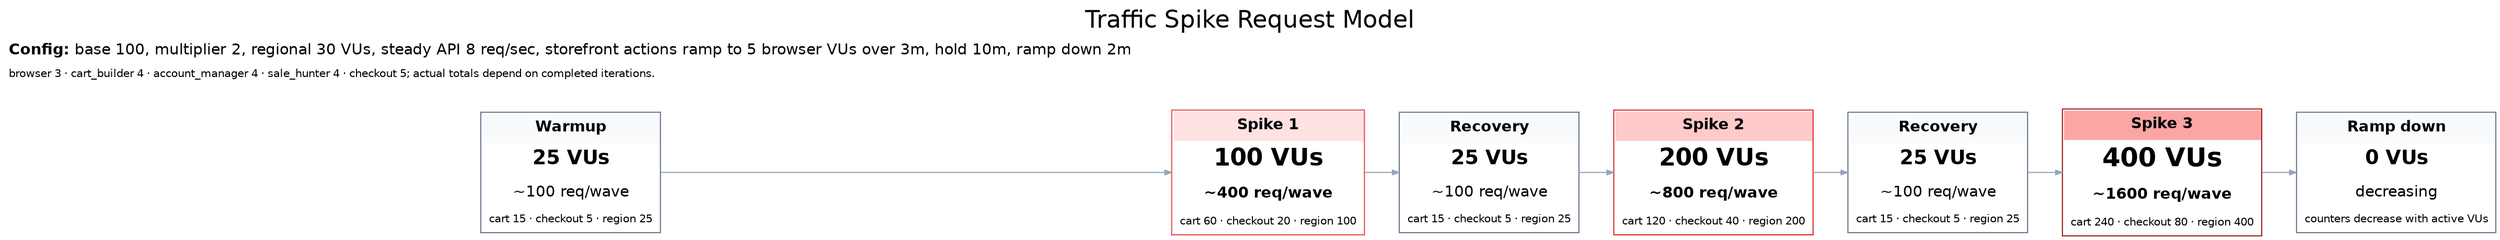
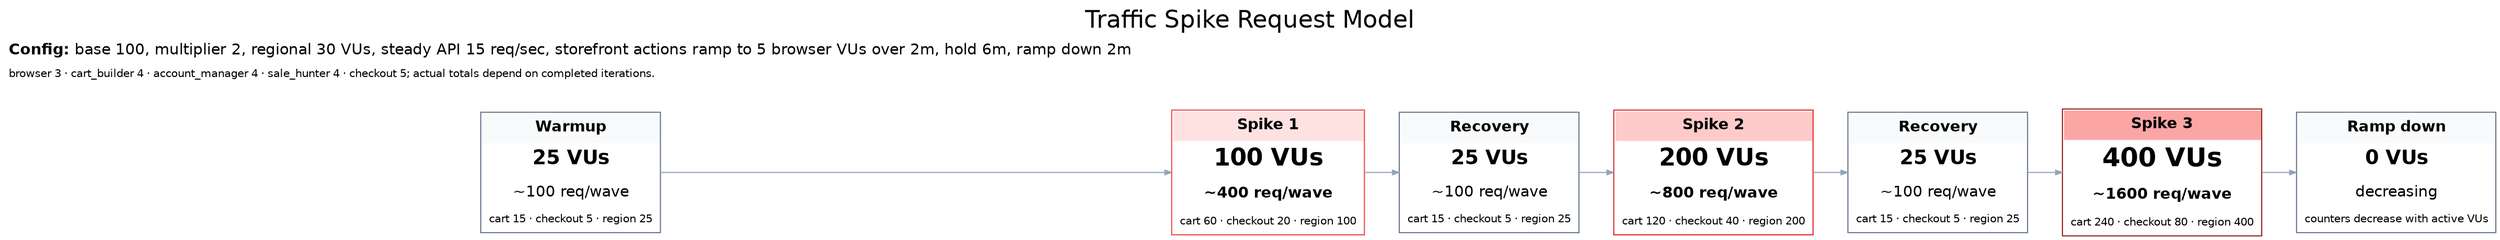
digraph traffic_spike_request_cards {
  graph [rankdir=LR, labelloc=t, label="Traffic Spike Request Model", fontsize=22, fontname="Helvetica", nodesep=0.35, ranksep=0.45, splines=ortho];
  node [shape=plain, fontname="Helvetica"];
  edge [color="#94a3b8", arrowsize=0.6];

  warmup [label=<
    <TABLE BORDER="1" CELLBORDER="0" CELLSPACING="0" CELLPADDING="6" COLOR="#64748b"><TR><TD BGCOLOR="#f8fafc"><B>Warmup</B></TD></TR><TR><TD><FONT POINT-SIZE="18"><B>25 VUs</B></FONT></TD></TR><TR><TD>~100 req/wave</TD></TR><TR><TD><FONT POINT-SIZE="10">cart 15 · checkout 5 · region 25</FONT></TD></TR></TABLE>
  >];
  spike1 [label=<
    <TABLE BORDER="1" CELLBORDER="0" CELLSPACING="0" CELLPADDING="6" COLOR="#ef4444"><TR><TD BGCOLOR="#fee2e2"><B>Spike 1</B></TD></TR><TR><TD><FONT POINT-SIZE="22"><B>100 VUs</B></FONT></TD></TR><TR><TD><B>~400 req/wave</B></TD></TR><TR><TD><FONT POINT-SIZE="10">cart 60 · checkout 20 · region 100</FONT></TD></TR></TABLE>
  >];
  recovery1 [label=<
    <TABLE BORDER="1" CELLBORDER="0" CELLSPACING="0" CELLPADDING="6" COLOR="#64748b"><TR><TD BGCOLOR="#f8fafc"><B>Recovery</B></TD></TR><TR><TD><FONT POINT-SIZE="18"><B>25 VUs</B></FONT></TD></TR><TR><TD>~100 req/wave</TD></TR><TR><TD><FONT POINT-SIZE="10">cart 15 · checkout 5 · region 25</FONT></TD></TR></TABLE>
  >];
  spike2 [label=<
    <TABLE BORDER="1" CELLBORDER="0" CELLSPACING="0" CELLPADDING="6" COLOR="#dc2626"><TR><TD BGCOLOR="#fecaca"><B>Spike 2</B></TD></TR><TR><TD><FONT POINT-SIZE="22"><B>200 VUs</B></FONT></TD></TR><TR><TD><B>~800 req/wave</B></TD></TR><TR><TD><FONT POINT-SIZE="10">cart 120 · checkout 40 · region 200</FONT></TD></TR></TABLE>
  >];
  recovery2 [label=<
    <TABLE BORDER="1" CELLBORDER="0" CELLSPACING="0" CELLPADDING="6" COLOR="#64748b"><TR><TD BGCOLOR="#f8fafc"><B>Recovery</B></TD></TR><TR><TD><FONT POINT-SIZE="18"><B>25 VUs</B></FONT></TD></TR><TR><TD>~100 req/wave</TD></TR><TR><TD><FONT POINT-SIZE="10">cart 15 · checkout 5 · region 25</FONT></TD></TR></TABLE>
  >];
  spike3 [label=<
    <TABLE BORDER="1" CELLBORDER="0" CELLSPACING="0" CELLPADDING="6" COLOR="#991b1b"><TR><TD BGCOLOR="#fca5a5"><B>Spike 3</B></TD></TR><TR><TD><FONT POINT-SIZE="24"><B>400 VUs</B></FONT></TD></TR><TR><TD><B>~1600 req/wave</B></TD></TR><TR><TD><FONT POINT-SIZE="10">cart 240 · checkout 80 · region 400</FONT></TD></TR></TABLE>
  >];
  rampdown [label=<
    <TABLE BORDER="1" CELLBORDER="0" CELLSPACING="0" CELLPADDING="6" COLOR="#64748b"><TR><TD BGCOLOR="#f8fafc"><B>Ramp down</B></TD></TR><TR><TD><FONT POINT-SIZE="18"><B>0 VUs</B></FONT></TD></TR><TR><TD>decreasing</TD></TR><TR><TD><FONT POINT-SIZE="10">counters decrease with active VUs</FONT></TD></TR></TABLE>
  >];
  legend [label=<
-     <TABLE BORDER="0" CELLBORDER="0" CELLSPACING="0" CELLPADDING="4"><TR><TD ALIGN="LEFT"><B>Config:</B> base 100, multiplier 2, regional 30 VUs, steady API 8 req/sec, storefront actions ramp to 5 browser VUs over 3m, hold 10m, ramp down 2m</TD></TR><TR><TD ALIGN="LEFT"><FONT POINT-SIZE="10">browser 3 · cart_builder 4 · account_manager 4 · sale_hunter 4 · checkout 5; actual totals depend on completed iterations.</FONT></TD></TR></TABLE>
+     <TABLE BORDER="0" CELLBORDER="0" CELLSPACING="0" CELLPADDING="4"><TR><TD ALIGN="LEFT"><B>Config:</B> base 100, multiplier 2, regional 30 VUs, steady API 15 req/sec, storefront actions ramp to 5 browser VUs over 2m, hold 6m, ramp down 2m</TD></TR><TR><TD ALIGN="LEFT"><FONT POINT-SIZE="10">browser 3 · cart_builder 4 · account_manager 4 · sale_hunter 4 · checkout 5; actual totals depend on completed iterations.</FONT></TD></TR></TABLE>
  >];

  warmup -> spike1 -> recovery1 -> spike2 -> recovery2 -> spike3 -> rampdown;
  { rank=same; legend }
}
- 
